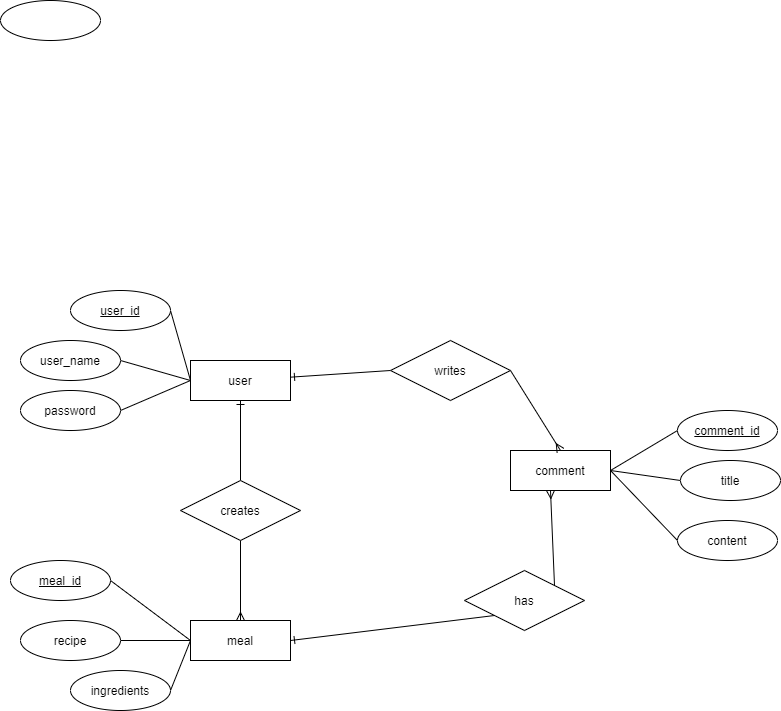
Earlier version of the draw.io export entityRelation.png (mad-prog/Chef-Express). Source tidied: cells renumbered, new cells last; positions are measured from the earlier drawing's top-left corner, leaving out a move shared by most shapes.
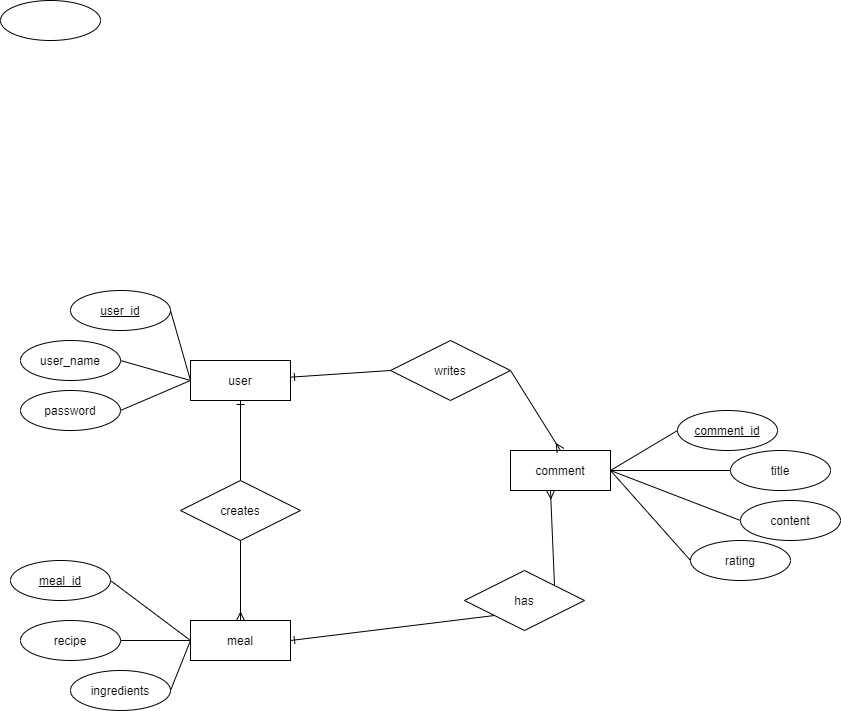
The same diagram one commit later.

Commit message:
chef table entityRelation.png

Change to the diagram source:
```diff
@@ -20,6 +20,9 @@
     <mxCell id="7" style="edgeStyle=none;rounded=0;jettySize=auto;html=1;exitX=1;exitY=0.5;exitDx=0;exitDy=0;entryX=0;entryY=0.5;entryDx=0;entryDy=0;endArrow=none;endFill=0;" parent="1" edge="1" source="8" target="11">
       <mxGeometry relative="1" as="geometry" />
     </mxCell>
+    <mxCell id="33" style="edgeStyle=none;rounded=0;jettySize=auto;html=1;exitX=1;exitY=0.5;exitDx=0;exitDy=0;entryX=0;entryY=0.5;entryDx=0;entryDy=0;endArrow=none;endFill=0;" parent="1" edge="1" source="8" target="34">
+      <mxGeometry relative="1" as="geometry" />
+    </mxCell>
     <mxCell id="8" value="comment" style="whiteSpace=wrap;html=1;align=center;" parent="1" vertex="1">
       <mxGeometry x="510" y="450" width="100" height="40" as="geometry" />
     </mxCell>
@@ -48,13 +51,13 @@
       <mxGeometry relative="1" as="geometry" />
     </mxCell>
     <mxCell id="17" value="content" style="ellipse;whiteSpace=wrap;html=1;align=center;" parent="1" vertex="1">
-      <mxGeometry x="677" y="520" width="100" height="40" as="geometry" />
+      <mxGeometry x="740" y="500" width="100" height="40" as="geometry" />
     </mxCell>
     <mxCell id="18" style="edgeStyle=none;rounded=0;jettySize=auto;html=1;exitX=0;exitY=0.5;exitDx=0;exitDy=0;entryX=1;entryY=0.5;entryDx=0;entryDy=0;endArrow=none;endFill=0;" parent="1" edge="1" source="19" target="8">
       <mxGeometry relative="1" as="geometry" />
     </mxCell>
     <mxCell id="19" value="title" style="ellipse;whiteSpace=wrap;html=1;align=center;" parent="1" vertex="1">
-      <mxGeometry x="680" y="460" width="100" height="40" as="geometry" />
+      <mxGeometry x="730" y="450" width="100" height="40" as="geometry" />
     </mxCell>
     <mxCell id="20" style="edgeStyle=none;rounded=0;jettySize=auto;html=1;exitX=1;exitY=0.5;exitDx=0;exitDy=0;entryX=0;entryY=0.5;entryDx=0;entryDy=0;endArrow=none;endFill=0;" parent="1" edge="1" source="21" target="4">
       <mxGeometry relative="1" as="geometry" />
@@ -95,5 +98,8 @@
     <mxCell id="32" value="has" style="shape=rhombus;perimeter=rhombusPerimeter;whiteSpace=wrap;html=1;align=center;" parent="1" vertex="1">
       <mxGeometry x="464" y="570" width="120" height="60" as="geometry" />
     </mxCell>
+    <mxCell id="34" value="rating" style="ellipse;whiteSpace=wrap;html=1;align=center;" parent="1" vertex="1">
+      <mxGeometry x="690" y="540" width="100" height="40" as="geometry" />
+    </mxCell>
   </root>
 </mxGraphModel>
```
